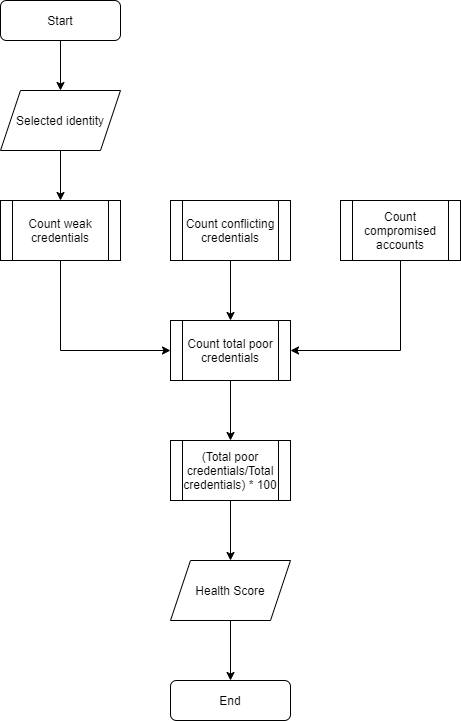
Above: Designs/Diagrams/vIDsafe backend diagrams-Calculate health score.png in 000xE/vIDsafe (draw.io), before the change. Source tidied: cells renumbered, new cells last; positions are measured from the earlier drawing's top-left corner, leaving out a move shared by most shapes. Source of this version:
```xml
<mxGraphModel>
  <root>
    <mxCell id="0" />
    <mxCell id="1" parent="0" />
    <mxCell id="2" style="edgeStyle=orthogonalEdgeStyle;rounded=0;jettySize=auto;html=1;exitX=0.5;exitY=1;exitDx=0;exitDy=0;entryX=0.5;entryY=0;entryDx=0;entryDy=0;" parent="1" edge="1" source="3" target="6">
      <mxGeometry relative="1" as="geometry" />
    </mxCell>
    <mxCell id="3" value="Start" style="rounded=1;whiteSpace=wrap;html=1;fontSize=12;glass=0;strokeWidth=1;shadow=0;" parent="1" vertex="1">
      <mxGeometry width="120" height="40" as="geometry" />
    </mxCell>
    <mxCell id="4" value="End" style="rounded=1;whiteSpace=wrap;html=1;fontSize=12;glass=0;strokeWidth=1;shadow=0;" parent="1" vertex="1">
      <mxGeometry x="170" y="680" width="120" height="40" as="geometry" />
    </mxCell>
    <mxCell id="5" style="edgeStyle=orthogonalEdgeStyle;rounded=0;jettySize=auto;html=1;entryX=0.5;entryY=0;entryDx=0;entryDy=0;" parent="1" edge="1" source="6" target="8">
      <mxGeometry relative="1" as="geometry" />
    </mxCell>
    <mxCell id="6" value="Selected identity" style="shape=parallelogram;perimeter=parallelogramPerimeter;whiteSpace=wrap;html=1;fixedSize=1;" parent="1" vertex="1">
      <mxGeometry y="90" width="120" height="60" as="geometry" />
    </mxCell>
    <mxCell id="7" style="edgeStyle=orthogonalEdgeStyle;rounded=0;jettySize=auto;html=1;exitX=0.5;exitY=1;exitDx=0;exitDy=0;entryX=0;entryY=0.5;entryDx=0;entryDy=0;" parent="1" edge="1" source="8" target="14">
      <mxGeometry relative="1" as="geometry" />
    </mxCell>
    <mxCell id="8" value="Count weak credentials" style="shape=process;whiteSpace=wrap;html=1;backgroundOutline=1;" parent="1" vertex="1">
      <mxGeometry y="200" width="120" height="60" as="geometry" />
    </mxCell>
    <mxCell id="9" style="edgeStyle=orthogonalEdgeStyle;rounded=0;jettySize=auto;html=1;exitX=0.5;exitY=1;exitDx=0;exitDy=0;entryX=0.5;entryY=0;entryDx=0;entryDy=0;" parent="1" edge="1" source="10" target="14">
      <mxGeometry relative="1" as="geometry" />
    </mxCell>
    <mxCell id="10" value="Count conflicting credentials" style="shape=process;whiteSpace=wrap;html=1;backgroundOutline=1;" parent="1" vertex="1">
      <mxGeometry x="170" y="200" width="120" height="60" as="geometry" />
    </mxCell>
    <mxCell id="11" style="edgeStyle=orthogonalEdgeStyle;rounded=0;jettySize=auto;html=1;exitX=0.5;exitY=1;exitDx=0;exitDy=0;entryX=1;entryY=0.5;entryDx=0;entryDy=0;" parent="1" edge="1" source="12" target="14">
      <mxGeometry relative="1" as="geometry" />
    </mxCell>
    <mxCell id="12" value="Count compromised accounts" style="shape=process;whiteSpace=wrap;html=1;backgroundOutline=1;" parent="1" vertex="1">
      <mxGeometry x="340" y="200" width="120" height="60" as="geometry" />
    </mxCell>
    <mxCell id="13" style="edgeStyle=orthogonalEdgeStyle;rounded=0;jettySize=auto;html=1;exitX=0.5;exitY=1;exitDx=0;exitDy=0;entryX=0.5;entryY=0;entryDx=0;entryDy=0;" parent="1" edge="1" source="14" target="16">
      <mxGeometry relative="1" as="geometry" />
    </mxCell>
    <mxCell id="14" value="Count total poor credentials" style="shape=process;whiteSpace=wrap;html=1;backgroundOutline=1;" parent="1" vertex="1">
      <mxGeometry x="170" y="320" width="120" height="60" as="geometry" />
    </mxCell>
    <mxCell id="15" style="edgeStyle=orthogonalEdgeStyle;rounded=0;jettySize=auto;html=1;exitX=0.5;exitY=1;exitDx=0;exitDy=0;entryX=0.5;entryY=0;entryDx=0;entryDy=0;" parent="1" edge="1" source="16" target="18">
      <mxGeometry relative="1" as="geometry" />
    </mxCell>
    <mxCell id="16" value="(Total poor credentials/Total credentials) * 100" style="shape=process;whiteSpace=wrap;html=1;backgroundOutline=1;" parent="1" vertex="1">
      <mxGeometry x="170" y="440" width="120" height="60" as="geometry" />
    </mxCell>
    <mxCell id="17" style="edgeStyle=orthogonalEdgeStyle;rounded=0;jettySize=auto;html=1;exitX=0.5;exitY=1;exitDx=0;exitDy=0;entryX=0.5;entryY=0;entryDx=0;entryDy=0;" parent="1" edge="1" source="18" target="4">
      <mxGeometry relative="1" as="geometry" />
    </mxCell>
    <mxCell id="18" value="Health Score" style="shape=parallelogram;perimeter=parallelogramPerimeter;whiteSpace=wrap;html=1;fixedSize=1;" parent="1" vertex="1">
      <mxGeometry x="170" y="560" width="120" height="60" as="geometry" />
    </mxCell>
  </root>
</mxGraphModel>
```
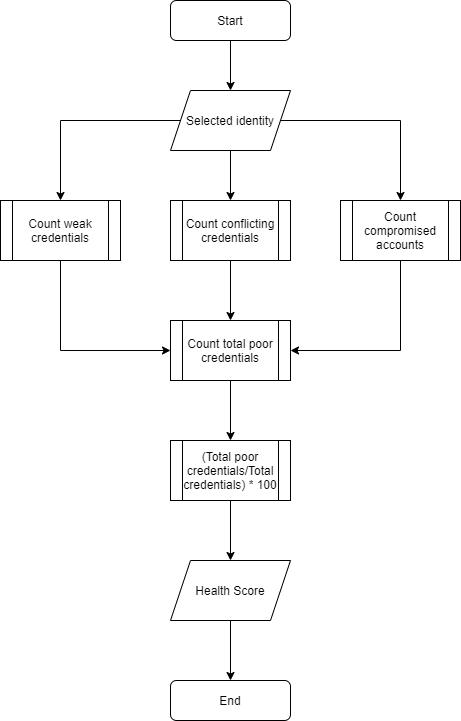
After the change.

The edit, as a diff of the source:
```diff
@@ -6,16 +6,22 @@
       <mxGeometry relative="1" as="geometry" />
     </mxCell>
     <mxCell id="3" value="Start" style="rounded=1;whiteSpace=wrap;html=1;fontSize=12;glass=0;strokeWidth=1;shadow=0;" parent="1" vertex="1">
-      <mxGeometry width="120" height="40" as="geometry" />
+      <mxGeometry x="170" width="120" height="40" as="geometry" />
     </mxCell>
     <mxCell id="4" value="End" style="rounded=1;whiteSpace=wrap;html=1;fontSize=12;glass=0;strokeWidth=1;shadow=0;" parent="1" vertex="1">
       <mxGeometry x="170" y="680" width="120" height="40" as="geometry" />
     </mxCell>
-    <mxCell id="5" style="edgeStyle=orthogonalEdgeStyle;rounded=0;jettySize=auto;html=1;entryX=0.5;entryY=0;entryDx=0;entryDy=0;" parent="1" edge="1" source="6" target="8">
+    <mxCell id="5" style="edgeStyle=orthogonalEdgeStyle;rounded=0;jettySize=auto;html=1;entryX=0.5;entryY=0;entryDx=0;entryDy=0;exitX=0;exitY=0.5;exitDx=0;exitDy=0;" parent="1" edge="1" source="6" target="8">
       <mxGeometry relative="1" as="geometry" />
     </mxCell>
+    <mxCell id="19" style="edgeStyle=orthogonalEdgeStyle;rounded=0;jettySize=auto;html=1;exitX=0.5;exitY=1;exitDx=0;exitDy=0;entryX=0.5;entryY=0;entryDx=0;entryDy=0;" parent="1" edge="1" source="6" target="10">
+      <mxGeometry relative="1" as="geometry" />
+    </mxCell>
+    <mxCell id="20" style="edgeStyle=orthogonalEdgeStyle;rounded=0;jettySize=auto;html=1;exitX=1;exitY=0.5;exitDx=0;exitDy=0;entryX=0.5;entryY=0;entryDx=0;entryDy=0;" parent="1" edge="1" source="6" target="12">
+      <mxGeometry relative="1" as="geometry" />
+    </mxCell>
     <mxCell id="6" value="Selected identity" style="shape=parallelogram;perimeter=parallelogramPerimeter;whiteSpace=wrap;html=1;fixedSize=1;" parent="1" vertex="1">
-      <mxGeometry y="90" width="120" height="60" as="geometry" />
+      <mxGeometry x="170" y="90" width="120" height="60" as="geometry" />
     </mxCell>
     <mxCell id="7" style="edgeStyle=orthogonalEdgeStyle;rounded=0;jettySize=auto;html=1;exitX=0.5;exitY=1;exitDx=0;exitDy=0;entryX=0;entryY=0.5;entryDx=0;entryDy=0;" parent="1" edge="1" source="8" target="14">
       <mxGeometry relative="1" as="geometry" />
```
